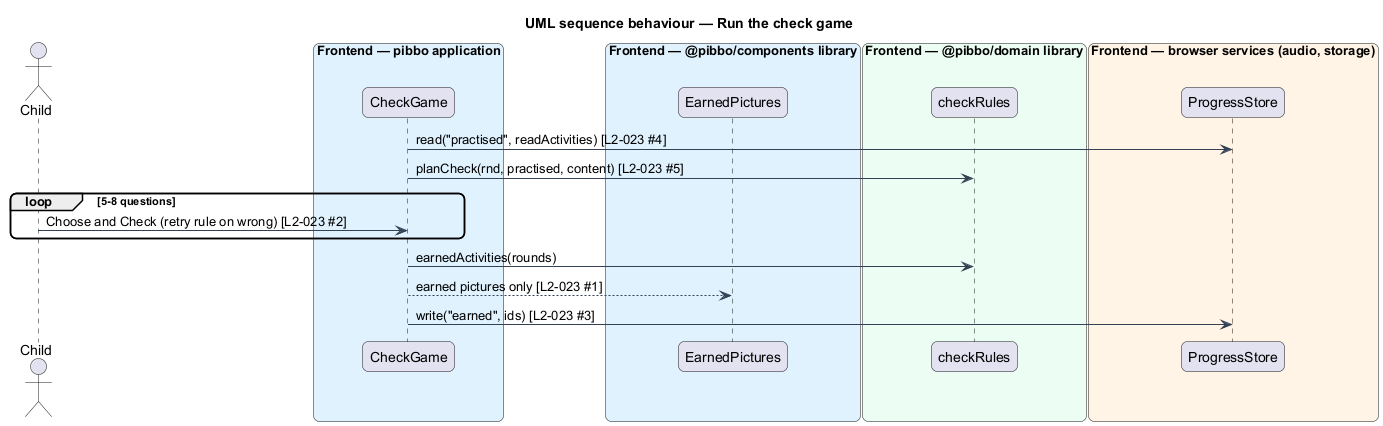
QuinntyneBrown/pibbo keeps this PlantUML diagram as docs/detailed-designs/lessons/check-game/diagrams/sequence-run-check-game.png. Above is the earlier version.
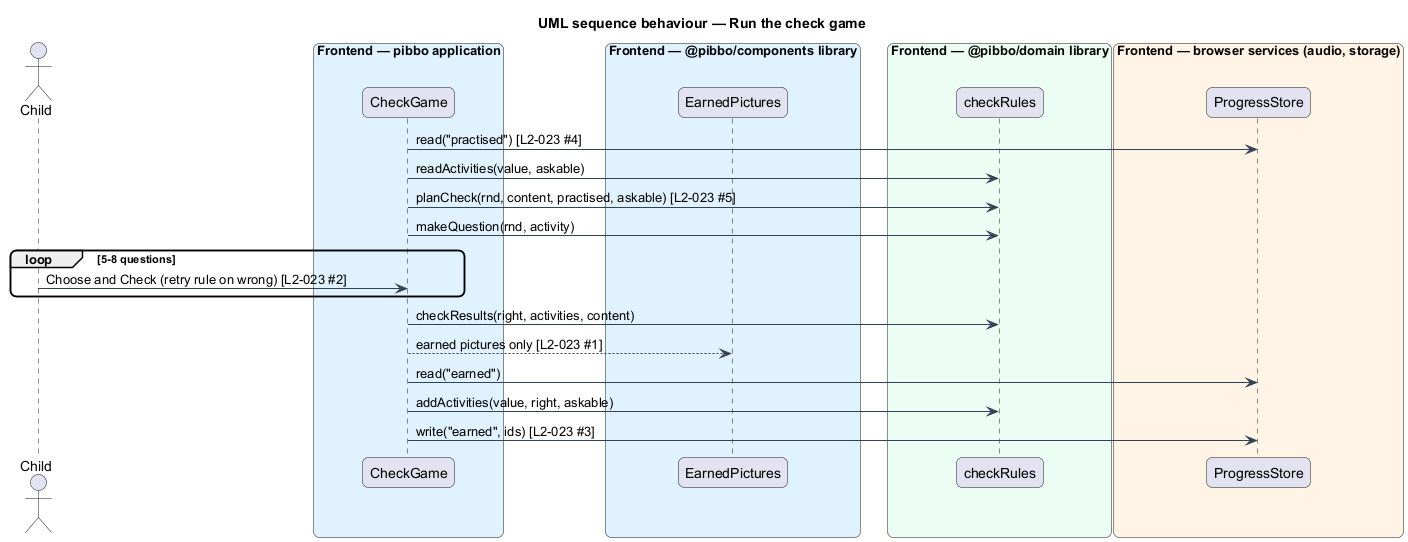
Above is the later version.

Commit message:
Record the check game: design as built, lessons learned and journey 23 done

What changed in the source:
```diff
@@ -18,12 +18,16 @@
 box "Frontend — browser services (audio, storage)" #FFF4E5
   participant "ProgressStore" as store
 end box
-page -> store : read("practised", readActivities) [L2-023 #4]
-page -> rules : planCheck(rnd, practised, content) [L2-023 #5]
+page -> store : read("practised") [L2-023 #4]
+page -> rules : readActivities(value, askable)
+page -> rules : planCheck(rnd, content, practised, askable) [L2-023 #5]
+page -> rules : makeQuestion(rnd, activity)
 loop 5-8 questions
   actor -> page : Choose and Check (retry rule on wrong) [L2-023 #2]
 end
-page -> rules : earnedActivities(rounds)
+page -> rules : checkResults(right, activities, content)
 page --> res : earned pictures only [L2-023 #1]
+page -> store : read("earned")
+page -> rules : addActivities(value, right, askable)
 page -> store : write("earned", ids) [L2-023 #3]
 @enduml
```
